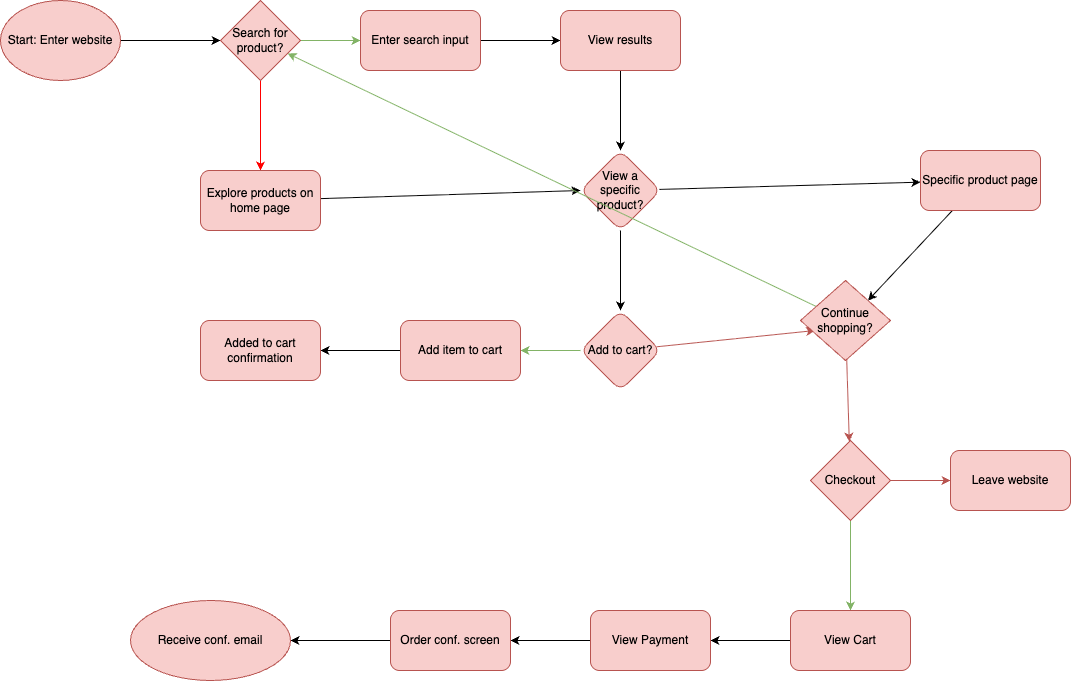
Earlier version of the draw.io export explore/diagramming/diagram.drawio.png (jhnkb/sp26-cse110-lab4). Source tidied: cells renumbered, new cells last; positions are measured from the earlier drawing's top-left corner, leaving out a move shared by most shapes.
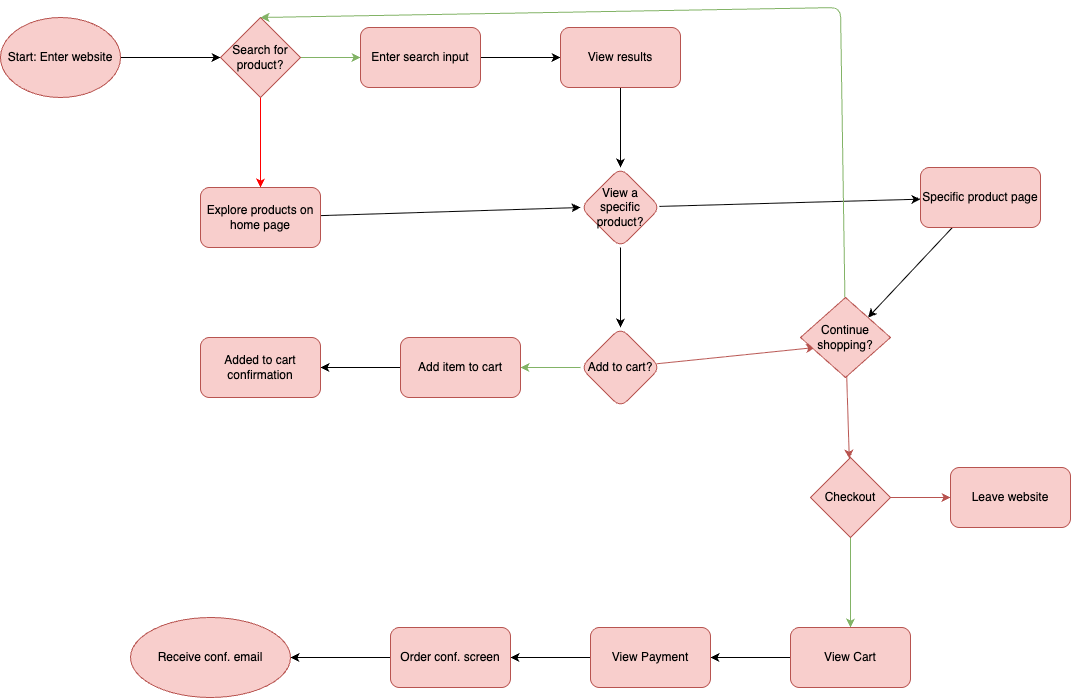
After the commit.

Commit message:
fixed arrows in diagram

What changed in the source:
```diff
@@ -62,8 +62,12 @@
     <mxCell id="21" style="edgeStyle=none;html=1;fillColor=#f8cecc;strokeColor=#b85450;" parent="1" edge="1" source="23" target="26">
       <mxGeometry relative="1" as="geometry" />
     </mxCell>
-    <mxCell id="22" style="edgeStyle=none;html=1;fillColor=#d5e8d4;strokeColor=#82b366;" parent="1" edge="1" source="23" target="6">
-      <mxGeometry relative="1" as="geometry" />
+    <mxCell id="22" style="edgeStyle=none;html=1;fillColor=#d5e8d4;strokeColor=#82b366;entryX=0.5;entryY=0;entryDx=0;entryDy=0;" parent="1" edge="1" source="23" target="6">
+      <mxGeometry relative="1" as="geometry">
+        <Array as="points">
+          <mxPoint x="840" y="-10" />
+        </Array>
+      </mxGeometry>
     </mxCell>
     <mxCell id="23" value="Continue shopping?" style="rhombus;whiteSpace=wrap;html=1;fillColor=#f8cecc;strokeColor=#b85450;" parent="1" vertex="1">
       <mxGeometry x="800" y="280" width="90" height="80" as="geometry" />
```
